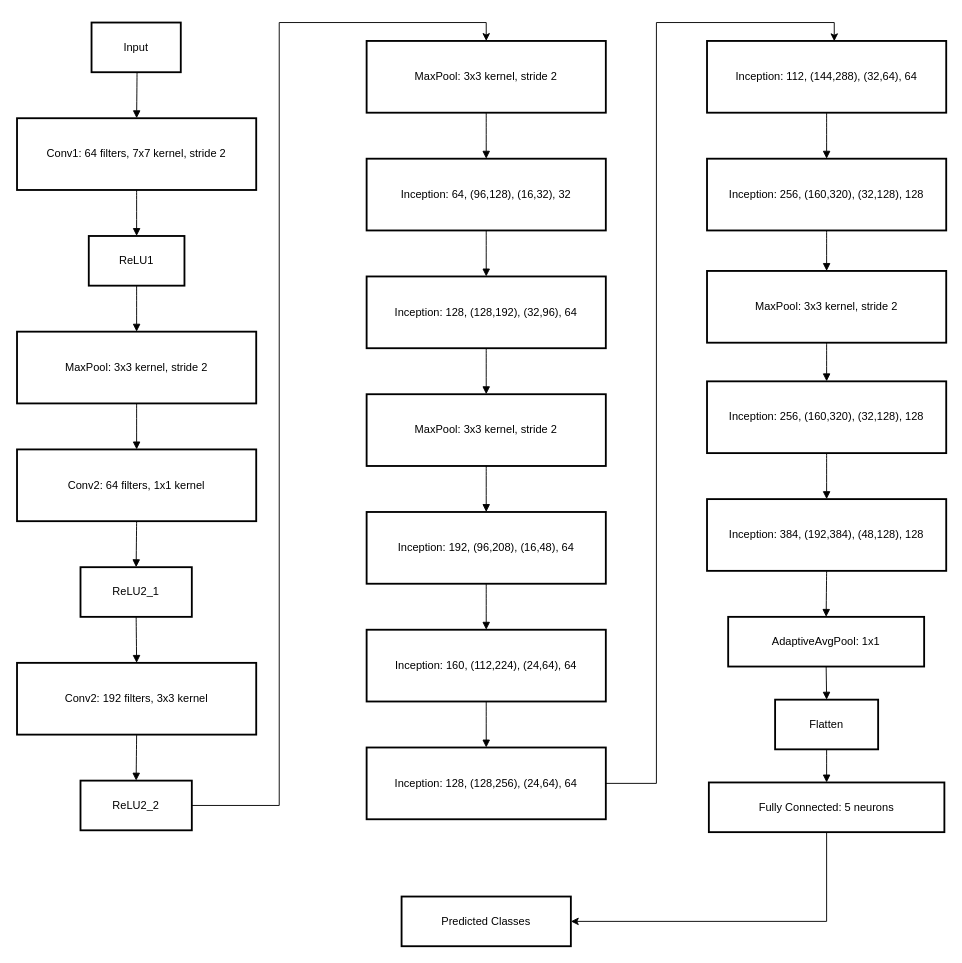
The draw.io diagram GoogLeNet_model.drawio in zft666zft/final-project, before the edit. Source tidied: cells renumbered, new cells numbered last; positions are measured from the earlier drawing's top-left corner, leaving out a move shared by most shapes. Both pictures are drawn from the tidied source at 92%, with x=0, y=0 at pixel (17, 22).
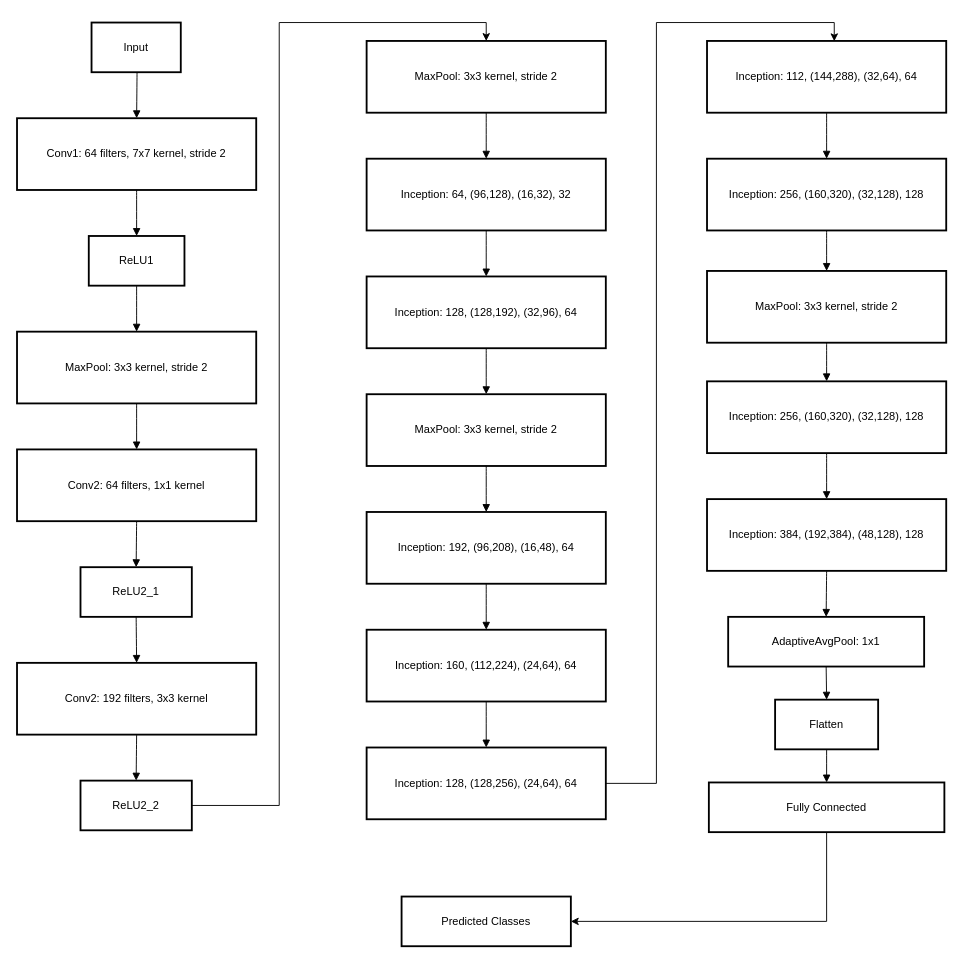
The same page after the edit.

Change to the diagram source:
```diff
@@
-    <mxCell id="27" value="Fully Connected: 5 neurons" style="whiteSpace=wrap;strokeWidth=2;" parent="1" vertex="1">
+    <mxCell id="27" value="Fully Connected" style="whiteSpace=wrap;strokeWidth=2;" parent="1" vertex="1">
       <mxGeometry x="752" y="826" width="256" height="54" as="geometry" />
     </mxCell>
```
